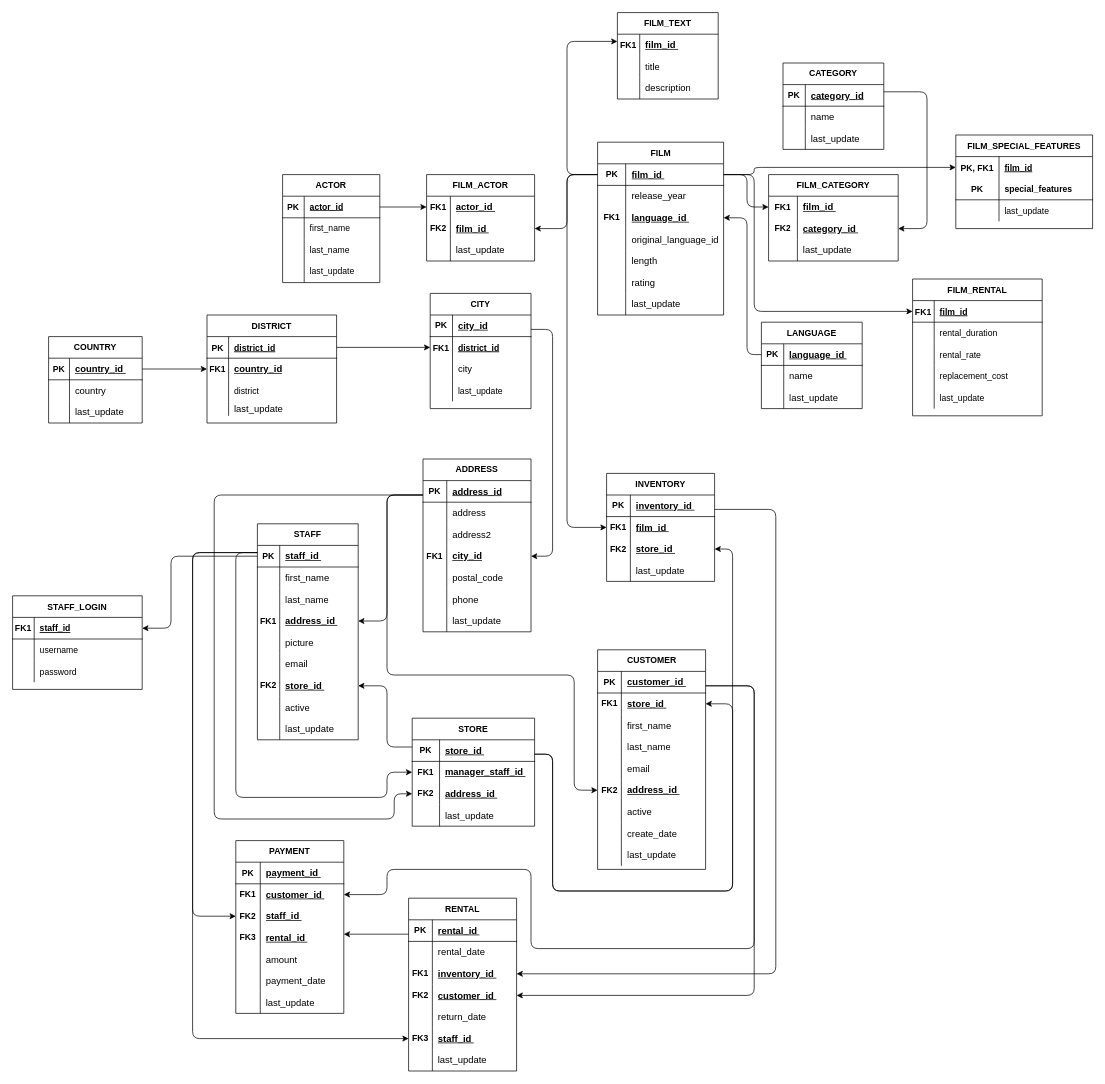
This is Diagrams/DBI Coursework Database Structure.drawio from EsCharl/DatabaseInterface, a draw.io file, before an edit. Source tidied: cells renumbered, new cells numbered last; positions are measured from the earlier drawing's top-left corner, leaving out a move shared by most shapes. Both pictures are drawn from the tidied source at 72%, with x=0, y=0 at pixel (12, 12).
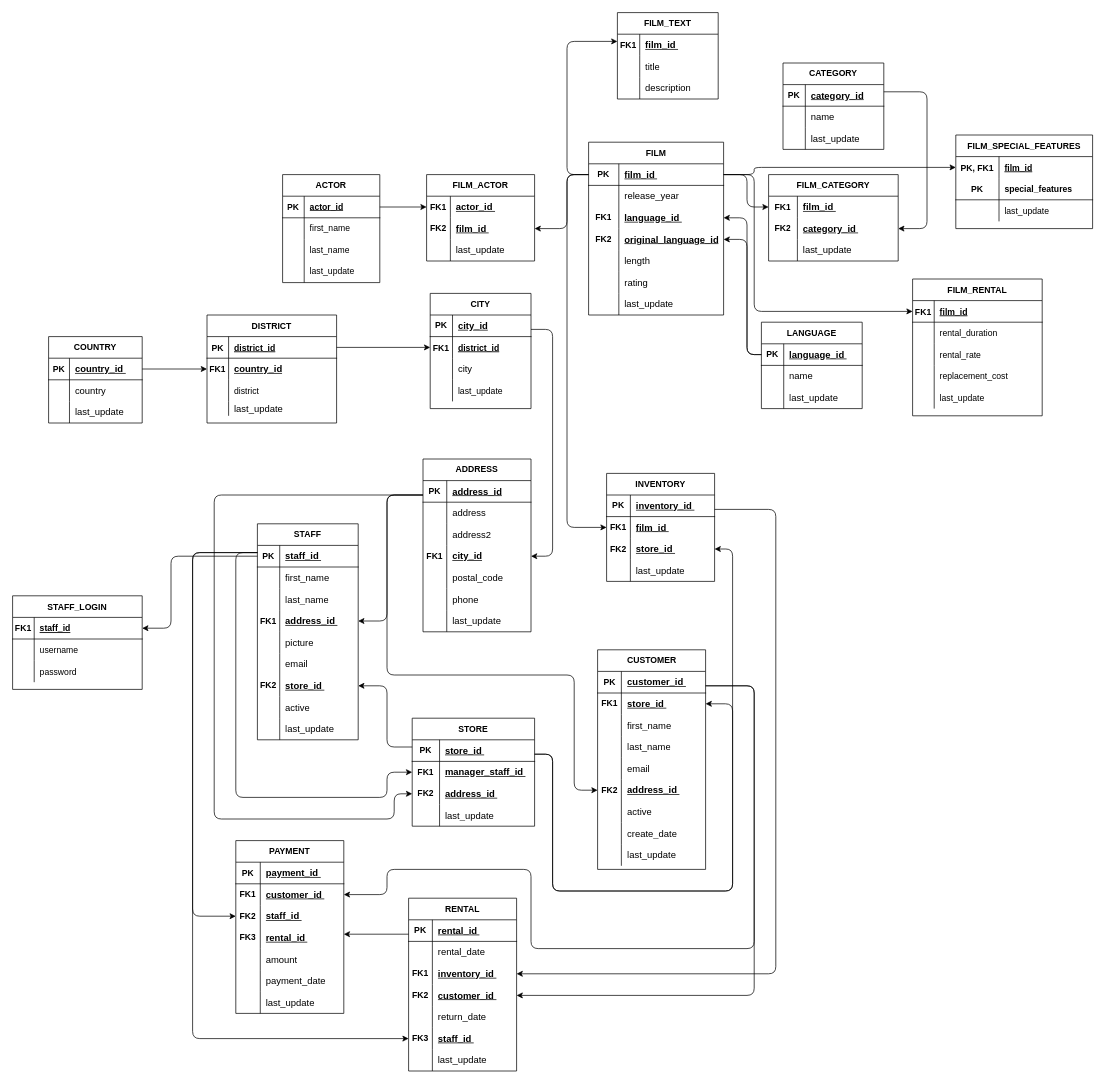
Above is the later version.

The change refers to these unchanged cells:
```xml
<mxCell id="124" style="shape=partialRectangle;html=1;whiteSpace=wrap;fillColor=none;top=0;left=0;bottom=0;right=0;points=[[0,0.5],[1,0.5]];portConstraint=eastwest;" parent="120" vertex="1">
  <mxGeometry y="60" width="150" height="30" as="geometry" />
</mxCell>
<mxCell id="154" style="shape=partialRectangle;html=1;whiteSpace=wrap;fillColor=none;top=0;left=0;bottom=0;right=0;points=[[0,0.5],[1,0.5]];portConstraint=eastwest;" parent="150" vertex="1">
  <mxGeometry y="60" width="150" height="30" as="geometry" />
</mxCell>
<mxCell id="164" style="shape=partialRectangle;html=1;whiteSpace=wrap;fillColor=none;top=0;left=0;bottom=1;right=0;points=[[0,0.5],[1,0.5]];portConstraint=eastwest;" parent="163" vertex="1">
  <mxGeometry y="30" width="140" height="30" as="geometry" />
</mxCell>
```

What changed in the source:
```diff
@@
     <mxCell id="98" value="FILM" style="shape=table;html=1;whiteSpace=wrap;startSize=30;childLayout=tableLayout;rowLines=0;fontStyle=1;align=center;" parent="1" vertex="1">
-      <mxGeometry x="812.5" y="180" width="175" height="240" as="geometry" />
+      <mxGeometry x="800" y="180" width="187.5" height="240" as="geometry" />
     </mxCell>
     <mxCell id="99" style="shape=partialRectangle;html=1;whiteSpace=wrap;fillColor=none;top=0;left=0;bottom=1;right=0;points=[[0,0.5],[1,0.5]];portConstraint=eastwest;" parent="98" vertex="1">
-      <mxGeometry y="30" width="175" height="30" as="geometry" />
+      <mxGeometry y="30" width="187.5" height="30" as="geometry" />
     </mxCell>
     <mxCell id="100" value="&lt;b&gt;PK&lt;/b&gt;" style="shape=partialRectangle;html=1;whiteSpace=wrap;fillColor=none;top=0;left=0;bottom=0;right=0;overflow=hidden;" parent="99" vertex="1">
-      <mxGeometry width="39" height="30" as="geometry" />
+      <mxGeometry width="42" height="30" as="geometry" />
     </mxCell>
     <mxCell id="101" value="&lt;span style=&quot;font-family: sans-serif ; font-size: 13.12px ; font-weight: 700 ; background-color: rgb(255 , 255 , 255)&quot;&gt;&lt;u&gt;film_id&amp;nbsp;&lt;/u&gt;&lt;/span&gt;" style="shape=partialRectangle;html=1;whiteSpace=wrap;fillColor=none;top=0;left=0;bottom=0;right=0;align=left;spacingLeft=6;overflow=hidden;" parent="99" vertex="1">
-      <mxGeometry x="39" width="136" height="30" as="geometry" />
+      <mxGeometry x="42" width="146" height="30" as="geometry" />
     </mxCell>
     <mxCell id="102" style="shape=partialRectangle;html=1;whiteSpace=wrap;fillColor=none;top=0;left=0;bottom=0;right=0;" parent="98" vertex="1">
-      <mxGeometry y="60" width="175" height="30" as="geometry" />
+      <mxGeometry y="60" width="187.5" height="30" as="geometry" />
     </mxCell>
     <mxCell id="103" style="shape=partialRectangle;html=1;whiteSpace=wrap;fillColor=none;top=0;left=0;bottom=0;right=0;overflow=hidden;" parent="102" vertex="1">
-      <mxGeometry width="39" height="30" as="geometry" />
+      <mxGeometry width="42" height="30" as="geometry" />
     </mxCell>
     <mxCell id="104" value="&lt;span style=&quot;font-family: sans-serif ; font-size: 13.12px ; background-color: rgb(255 , 255 , 255)&quot;&gt;release_year&lt;/span&gt;" style="shape=partialRectangle;html=1;whiteSpace=wrap;fillColor=none;top=0;left=0;bottom=0;right=0;align=left;spacingLeft=6;overflow=hidden;" parent="102" vertex="1">
-      <mxGeometry x="39" width="136" height="30" as="geometry" />
+      <mxGeometry x="42" width="146" height="30" as="geometry" />
     </mxCell>
     <mxCell id="105" style="shape=partialRectangle;html=1;whiteSpace=wrap;fillColor=none;top=0;left=0;bottom=0;right=0;points=[[0,0.5],[1,0.5]];portConstraint=eastwest;" parent="98" vertex="1">
-      <mxGeometry y="90" width="175" height="30" as="geometry" />
+      <mxGeometry y="90" width="187.5" height="30" as="geometry" />
     </mxCell>
     <mxCell id="106" value="&lt;b&gt;FK1&lt;/b&gt;" style="shape=partialRectangle;html=1;whiteSpace=wrap;fillColor=none;top=0;left=0;bottom=0;right=0;overflow=hidden;" parent="105" vertex="1">
-      <mxGeometry width="39" height="30" as="geometry" />
+      <mxGeometry width="42" height="30" as="geometry" />
     </mxCell>
     <mxCell id="107" value="&lt;span style=&quot;font-family: sans-serif ; font-size: 13.12px ; font-weight: 700 ; background-color: rgb(255 , 255 , 255)&quot;&gt;&lt;u&gt;language_id&amp;nbsp;&lt;/u&gt;&lt;/span&gt;" style="shape=partialRectangle;html=1;whiteSpace=wrap;fillColor=none;top=0;left=0;bottom=0;right=0;align=left;spacingLeft=6;overflow=hidden;" parent="105" vertex="1">
-      <mxGeometry x="39" width="136" height="30" as="geometry" />
+      <mxGeometry x="42" width="146" height="30" as="geometry" />
     </mxCell>
-    <mxCell id="108" style="shape=partialRectangle;html=1;whiteSpace=wrap;fillColor=none;top=0;left=0;bottom=0;right=0;points=[[0,0.5],[1,0.5]];portConstraint=eastwest;" parent="98" vertex="1">
-      <mxGeometry y="120" width="175" height="30" as="geometry" />
+    <mxCell id="108" style="shape=partialRectangle;html=1;whiteSpace=wrap;fillColor=none;top=0;left=0;bottom=0;right=0;points=[[0,0.5],[1,0.5]];portConstraint=eastwest;fontStyle=5;" parent="98" vertex="1">
+      <mxGeometry y="120" width="187.5" height="30" as="geometry" />
     </mxCell>
-    <mxCell id="109" style="shape=partialRectangle;html=1;whiteSpace=wrap;fillColor=none;top=0;left=0;bottom=0;right=0;overflow=hidden;" parent="108" vertex="1">
-      <mxGeometry width="39" height="30" as="geometry" />
+    <mxCell id="109" value="&lt;b&gt;FK2&lt;/b&gt;" style="shape=partialRectangle;html=1;whiteSpace=wrap;fillColor=none;top=0;left=0;bottom=0;right=0;overflow=hidden;" parent="108" vertex="1">
+      <mxGeometry width="42" height="30" as="geometry" />
     </mxCell>
-    <mxCell id="110" value="&lt;span style=&quot;font-family: sans-serif ; font-size: 13.12px ; background-color: rgb(255 , 255 , 255)&quot;&gt;original_language_id&lt;/span&gt;" style="shape=partialRectangle;html=1;whiteSpace=wrap;fillColor=none;top=0;left=0;bottom=0;right=0;align=left;spacingLeft=6;overflow=hidden;" parent="108" vertex="1">
-      <mxGeometry x="39" width="136" height="30" as="geometry" />
+    <mxCell id="110" value="&lt;span style=&quot;font-family: sans-serif ; font-size: 13.12px ; background-color: rgb(255 , 255 , 255)&quot;&gt;&lt;b&gt;&lt;u&gt;original_language_id&lt;/u&gt;&lt;/b&gt;&lt;/span&gt;" style="shape=partialRectangle;html=1;whiteSpace=wrap;fillColor=none;top=0;left=0;bottom=0;right=0;align=left;spacingLeft=6;overflow=hidden;" parent="108" vertex="1">
+      <mxGeometry x="42" width="146" height="30" as="geometry" />
     </mxCell>
     <mxCell id="111" style="shape=partialRectangle;html=1;whiteSpace=wrap;fillColor=none;top=0;left=0;bottom=0;right=0;" parent="98" vertex="1">
-      <mxGeometry y="150" width="175" height="30" as="geometry" />
+      <mxGeometry y="150" width="187.5" height="30" as="geometry" />
     </mxCell>
     <mxCell id="112" style="shape=partialRectangle;html=1;whiteSpace=wrap;fillColor=none;top=0;left=0;bottom=0;right=0;overflow=hidden;" parent="111" vertex="1">
-      <mxGeometry width="39" height="30" as="geometry" />
+      <mxGeometry width="42" height="30" as="geometry" />
     </mxCell>
     <mxCell id="113" value="&lt;span style=&quot;font-family: sans-serif ; font-size: 13.12px ; background-color: rgb(255 , 255 , 255)&quot;&gt;length&lt;/span&gt;" style="shape=partialRectangle;html=1;whiteSpace=wrap;fillColor=none;top=0;left=0;bottom=0;right=0;align=left;spacingLeft=6;overflow=hidden;" parent="111" vertex="1">
-      <mxGeometry x="39" width="136" height="30" as="geometry" />
+      <mxGeometry x="42" width="146" height="30" as="geometry" />
     </mxCell>
     <mxCell id="114" style="shape=partialRectangle;html=1;whiteSpace=wrap;fillColor=none;top=0;left=0;bottom=0;right=0;" parent="98" vertex="1">
-      <mxGeometry y="180" width="175" height="30" as="geometry" />
+      <mxGeometry y="180" width="187.5" height="30" as="geometry" />
     </mxCell>
     <mxCell id="115" style="shape=partialRectangle;html=1;whiteSpace=wrap;fillColor=none;top=0;left=0;bottom=0;right=0;overflow=hidden;" parent="114" vertex="1">
-      <mxGeometry width="39" height="30" as="geometry" />
+      <mxGeometry width="42" height="30" as="geometry" />
     </mxCell>
     <mxCell id="116" value="&lt;span style=&quot;font-family: sans-serif ; font-size: 13.12px ; background-color: rgb(255 , 255 , 255)&quot;&gt;rating&lt;/span&gt;" style="shape=partialRectangle;html=1;whiteSpace=wrap;fillColor=none;top=0;left=0;bottom=0;right=0;align=left;spacingLeft=6;overflow=hidden;" parent="114" vertex="1">
-      <mxGeometry x="39" width="136" height="30" as="geometry" />
+      <mxGeometry x="42" width="146" height="30" as="geometry" />
     </mxCell>
     <mxCell id="117" style="shape=partialRectangle;html=1;whiteSpace=wrap;fillColor=none;top=0;left=0;bottom=0;right=0;" parent="98" vertex="1">
-      <mxGeometry y="210" width="175" height="30" as="geometry" />
+      <mxGeometry y="210" width="187.5" height="30" as="geometry" />
     </mxCell>
     <mxCell id="118" style="shape=partialRectangle;html=1;whiteSpace=wrap;fillColor=none;top=0;left=0;bottom=0;right=0;overflow=hidden;" parent="117" vertex="1">
-      <mxGeometry width="39" height="30" as="geometry" />
+      <mxGeometry width="42" height="30" as="geometry" />
     </mxCell>
     <mxCell id="119" value="&lt;span style=&quot;font-family: sans-serif ; font-size: 13.12px ; background-color: rgb(255 , 255 , 255)&quot;&gt;last_update&lt;/span&gt;" style="shape=partialRectangle;html=1;whiteSpace=wrap;fillColor=none;top=0;left=0;bottom=0;right=0;align=left;spacingLeft=6;overflow=hidden;" parent="117" vertex="1">
-      <mxGeometry x="39" width="136" height="30" as="geometry" />
+      <mxGeometry x="42" width="146" height="30" as="geometry" />
     </mxCell>
@@
-    <mxCell id="261" style="endArrow=classic;html=1;entryX=1;entryY=0.5;entryDx=0;entryDy=0;" parent="1" edge="1" target="124">
+    <mxCell id="261" style="endArrow=classic;html=1;entryX=1;entryY=0.5;entryDx=0;entryDy=0;exitX=0;exitY=0.5;exitDx=0;exitDy=0;" parent="1" edge="1" source="99" target="124">
       <mxGeometry relative="1" as="geometry">
-        <mxPoint x="812.5" y="225" as="sourcePoint" />
         <Array as="points">
           <mxPoint x="770" y="225" />
           <mxPoint x="770" y="300" />
         </Array>
       </mxGeometry>
     </mxCell>
@@
-    <mxCell id="264" style="endArrow=classic;html=1;entryX=0;entryY=0.5;entryDx=0;entryDy=0;" parent="1" edge="1" target="154">
+    <mxCell id="264" style="endArrow=classic;html=1;entryX=0;entryY=0.5;entryDx=0;entryDy=0;exitX=0;exitY=0.5;exitDx=0;exitDy=0;" parent="1" edge="1" source="99" target="154">
       <mxGeometry relative="1" as="geometry">
-        <mxPoint x="812.5" y="225" as="sourcePoint" />
         <Array as="points">
           <mxPoint x="770" y="225" />
           <mxPoint x="770" y="715" />
         </Array>
       </mxGeometry>
     </mxCell>
@@
+    <mxCell id="333" style="endArrow=classic;html=1;entryX=1;entryY=0.5;entryDx=0;entryDy=0;exitX=0;exitY=0.5;exitDx=0;exitDy=0;" parent="1" edge="1" source="164" target="108">
+      <mxGeometry relative="1" as="geometry">
+        <Array as="points">
+          <mxPoint x="1020" y="475" />
+          <mxPoint x="1020" y="315" />
+        </Array>
+      </mxGeometry>
+    </mxCell>
```
